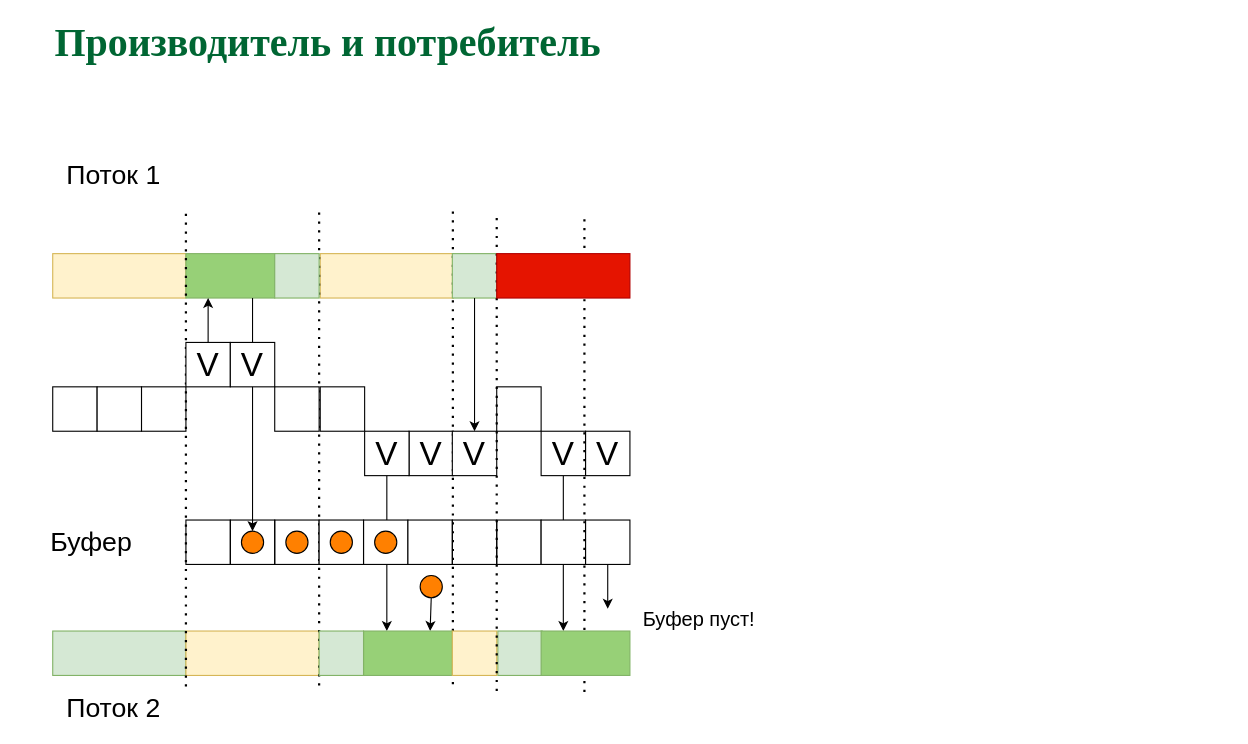
The draw.io diagram page "ProCon - Con fails" (8 of 13) of slides/sync.drawio in 77maxikov/os_course, before the edit. Source tidied: cells renumbered, new cells numbered last; positions are measured from the earlier drawing's top-left corner, leaving out a move shared by most shapes. Both pictures are drawn from the tidied source at 111%, with x=0, y=0 at pixel (19, 31).
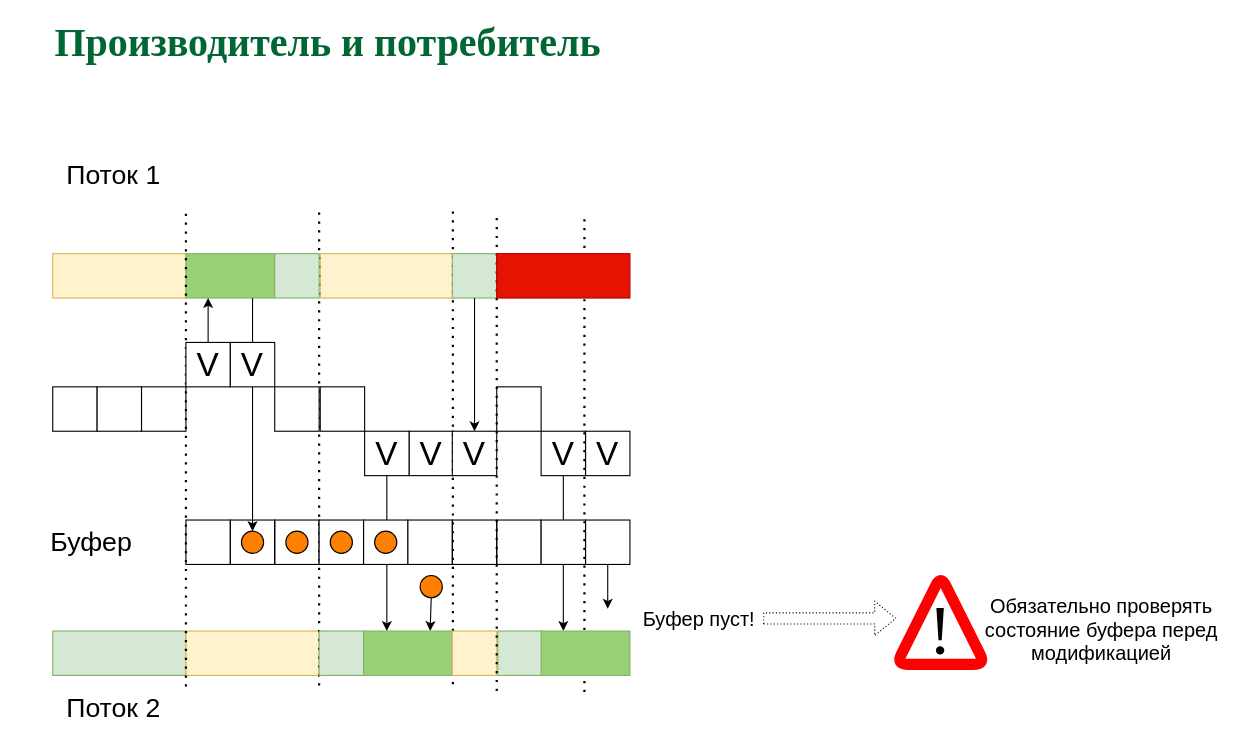
The same diagram, later.

Change to the diagram source:
```diff
@@
+    <mxCell id="74" style="shape=flexArrow;endArrow=classic;html=1;dashed=1;dashPattern=1 2;exitX=1;exitY=0.5;exitDx=0;exitDy=0;" parent="1" edge="1">
+      <mxGeometry relative="1" as="geometry">
+        <mxPoint x="670" y="528.6" as="sourcePoint" />
+        <mxPoint x="790" y="528.6" as="targetPoint" />
+      </mxGeometry>
+    </mxCell>
+    <mxCell id="75" value="&lt;font style=&quot;font-size: 18px&quot;&gt;Обязательно проверять состояние буфера перед модификацией&lt;/font&gt;" style="text;html=1;strokeColor=none;fillColor=none;align=center;verticalAlign=middle;whiteSpace=wrap;rounded=0;" parent="1" vertex="1">
+      <mxGeometry x="860" y="530" width="230" height="20" as="geometry" />
+    </mxCell>
+    <mxCell id="76" style="group;" parent="1" vertex="1">
+      <mxGeometry x="790" y="490" width="80" height="80" as="geometry" />
+    </mxCell>
+    <mxCell id="77" style="endArrow=none;html=1;strokeWidth=10;strokeColor=#FF0000;jumpStyle=arc;" parent="76" edge="1">
+      <mxGeometry relative="1" as="geometry">
+        <mxPoint x="40" y="80" as="sourcePoint" />
+        <mxPoint x="40" y="80" as="targetPoint" />
+        <Array as="points">
+          <mxPoint y="80" />
+          <mxPoint x="40" />
+          <mxPoint x="80" y="80" />
+        </Array>
+      </mxGeometry>
+    </mxCell>
+    <mxCell id="78" value="&lt;font style=&quot;font-size: 63px&quot;&gt;!&lt;/font&gt;" style="text;html=1;strokeColor=none;fillColor=none;align=center;verticalAlign=middle;whiteSpace=wrap;rounded=0;fontFamily=Times New Roman;" parent="76" vertex="1">
+      <mxGeometry x="20" y="40" width="40" height="20" as="geometry" />
+    </mxCell>
```
